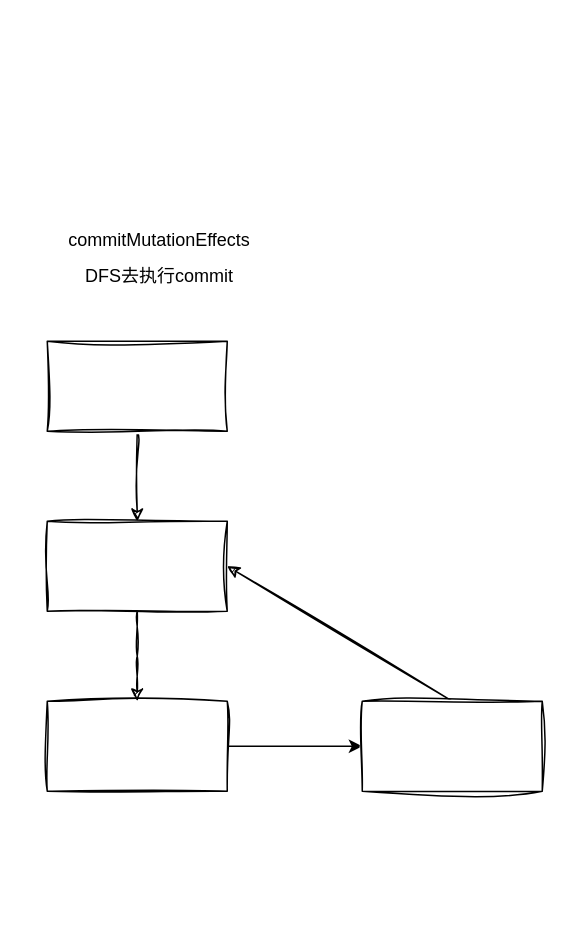
Above: 未命名绘图.drawio in StoryKing123/draw-io (draw.io), before the change. Source tidied: cells renumbered, new cells numbered last; positions are measured from the earlier drawing's top-left corner, leaving out a move shared by most shapes. Both pictures are drawn from the tidied source at 150%, with x=0, y=0 at pixel (46, 206).
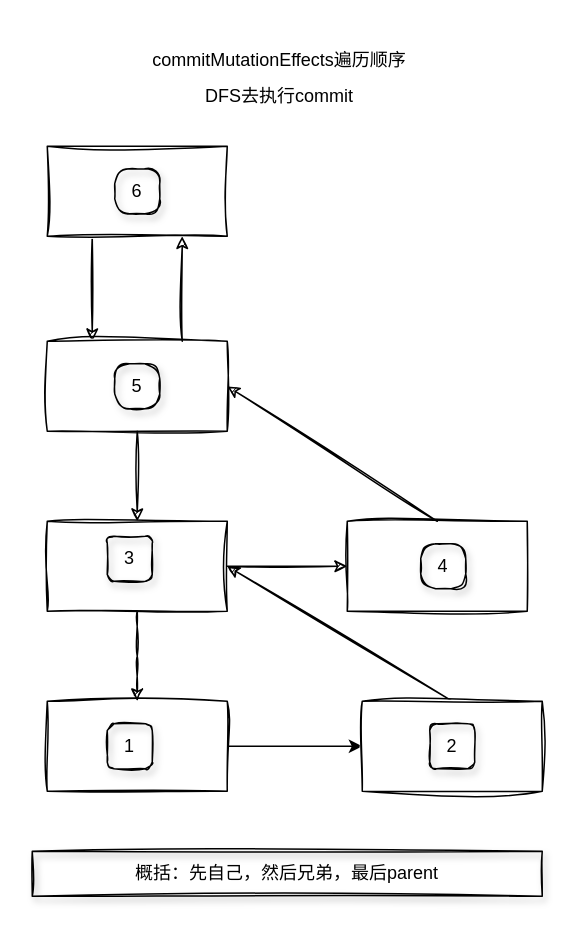
The same diagram, later.

Commit message:
更新未命名绘图.drawio

The change refers to these unchanged cells:
```xml
<mxCell id="5" style="rounded=0;whiteSpace=wrap;html=1;sketch=1;curveFitting=1;jiggle=2;" parent="1" vertex="1">
  <mxGeometry y="210" width="120" height="60" as="geometry" />
</mxCell>
```

The edit, as a diff of the source:
```diff
@@
-    <mxCell id="2" style="edgeStyle=orthogonalEdgeStyle;rounded=0;jettySize=auto;html=1;sketch=1;curveFitting=1;jiggle=2;" parent="1" edge="1" source="3" target="5">
-      <mxGeometry relative="1" as="geometry" />
-    </mxCell>
+    <mxCell id="11" style="edgeStyle=none;rounded=0;sketch=1;jettySize=auto;html=1;fontColor=none;entryX=0.25;entryY=0;entryDx=0;entryDy=0;" parent="1" edge="1" target="18">
+      <mxGeometry relative="1" as="geometry">
+        <mxPoint x="30" y="20" as="sourcePoint" />
+      </mxGeometry>
+    </mxCell>
     <mxCell id="3" style="rounded=0;whiteSpace=wrap;html=1;sketch=1;curveFitting=1;jiggle=2;" parent="1" vertex="1">
-      <mxGeometry y="90" width="120" height="60" as="geometry" />
+      <mxGeometry y="-40" width="120" height="60" as="geometry" />
     </mxCell>
@@
+    <mxCell id="12" style="edgeStyle=orthogonalEdgeStyle;rounded=0;sketch=1;jettySize=auto;html=1;fontColor=none;" parent="1" edge="1" source="5" target="20">
+      <mxGeometry relative="1" as="geometry" />
+    </mxCell>
@@
-    <mxCell id="10" value="&lt;div class=&quot;lake-content&quot;&gt;&lt;p style=&quot;margin: 0; padding: 0; min-height: 24px&quot; class=&quot;ne-p&quot; id=&quot;ue68f30f5&quot;&gt;commitMutationEffects&lt;/p&gt;&lt;/div&gt;DFS去执行commit" style="text;html=1;strokeColor=none;fillColor=none;align=center;verticalAlign=middle;whiteSpace=wrap;rounded=0;" parent="1" vertex="1">
-      <mxGeometry width="150" height="70" as="geometry" />
+    <mxCell id="10" value="&lt;div class=&quot;lake-content&quot;&gt;&lt;p style=&quot;margin: 0; padding: 0; min-height: 24px&quot; class=&quot;ne-p&quot; id=&quot;ue68f30f5&quot;&gt;commitMutationEffects遍历顺序&lt;/p&gt;&lt;/div&gt;DFS去执行commit" style="text;html=1;strokeColor=none;fillColor=none;align=center;verticalAlign=middle;whiteSpace=wrap;rounded=0;" parent="1" vertex="1">
+      <mxGeometry y="-120" width="310" height="70" as="geometry" />
     </mxCell>
+    <mxCell id="13" value="概括：先自己，然后兄弟，最后parent" style="text;html=1;strokeColor=default;fillColor=none;align=center;verticalAlign=middle;whiteSpace=wrap;rounded=0;glass=0;sketch=1;shadow=1;" parent="1" vertex="1">
+      <mxGeometry x="-10" y="430" width="340" height="30" as="geometry" />
+    </mxCell>
+    <mxCell id="14" value="1" style="text;html=1;strokeColor=default;fillColor=none;align=center;verticalAlign=middle;whiteSpace=wrap;rounded=1;shadow=1;glass=0;sketch=1;strokeWidth=1;perimeterSpacing=60;rotation=0;" parent="1" vertex="1">
+      <mxGeometry x="40" y="345" width="30" height="30" as="geometry" />
+    </mxCell>
+    <mxCell id="15" value="2" style="text;html=1;strokeColor=default;fillColor=none;align=center;verticalAlign=middle;whiteSpace=wrap;rounded=1;shadow=1;glass=0;sketch=1;strokeWidth=1;perimeterSpacing=60;rotation=0;" parent="1" vertex="1">
+      <mxGeometry x="255" y="345" width="30" height="30" as="geometry" />
+    </mxCell>
+    <mxCell id="16" value="3" style="text;html=1;strokeColor=default;fillColor=none;align=center;verticalAlign=middle;whiteSpace=wrap;rounded=1;shadow=1;glass=0;sketch=1;strokeWidth=1;perimeterSpacing=60;rotation=0;" parent="1" vertex="1">
+      <mxGeometry x="40" y="220" width="30" height="30" as="geometry" />
+    </mxCell>
+    <mxCell id="17" style="edgeStyle=orthogonalEdgeStyle;rounded=0;sketch=1;jettySize=auto;html=1;entryX=0.5;entryY=0;entryDx=0;entryDy=0;fontColor=none;" parent="1" edge="1" source="18" target="5">
+      <mxGeometry relative="1" as="geometry" />
+    </mxCell>
+    <mxCell id="18" style="rounded=0;whiteSpace=wrap;html=1;sketch=1;curveFitting=1;jiggle=2;" parent="1" vertex="1">
+      <mxGeometry y="90" width="120" height="60" as="geometry" />
+    </mxCell>
+    <mxCell id="19" style="rounded=0;sketch=1;jettySize=auto;html=1;entryX=1;entryY=0.5;entryDx=0;entryDy=0;fontColor=none;exitX=0.5;exitY=0;exitDx=0;exitDy=0;" parent="1" edge="1" source="20" target="18">
+      <mxGeometry relative="1" as="geometry" />
+    </mxCell>
+    <mxCell id="20" style="rounded=0;whiteSpace=wrap;html=1;sketch=1;curveFitting=1;jiggle=2;" parent="1" vertex="1">
+      <mxGeometry x="200" y="210" width="120" height="60" as="geometry" />
+    </mxCell>
+    <mxCell id="21" value="4" style="text;html=1;strokeColor=default;fillColor=none;align=center;verticalAlign=middle;whiteSpace=wrap;rounded=1;shadow=1;glass=0;sketch=1;strokeWidth=1;perimeterSpacing=60;rotation=0;arcSize=33;" parent="1" vertex="1">
+      <mxGeometry x="249" y="225" width="30" height="30" as="geometry" />
+    </mxCell>
+    <mxCell id="22" value="5" style="text;html=1;strokeColor=default;fillColor=none;align=center;verticalAlign=middle;whiteSpace=wrap;rounded=1;shadow=1;glass=0;sketch=1;strokeWidth=1;perimeterSpacing=60;rotation=0;arcSize=33;" parent="1" vertex="1">
+      <mxGeometry x="45" y="105" width="30" height="30" as="geometry" />
+    </mxCell>
+    <mxCell id="23" style="edgeStyle=none;rounded=0;sketch=1;jettySize=auto;html=1;fontColor=none;entryX=0.75;entryY=1;entryDx=0;entryDy=0;exitX=0.75;exitY=0;exitDx=0;exitDy=0;" parent="1" edge="1" source="18" target="3">
+      <mxGeometry relative="1" as="geometry" />
+    </mxCell>
+    <mxCell id="24" value="6" style="text;html=1;strokeColor=default;fillColor=none;align=center;verticalAlign=middle;whiteSpace=wrap;rounded=1;shadow=1;glass=0;sketch=1;strokeWidth=1;perimeterSpacing=60;rotation=0;arcSize=33;" parent="1" vertex="1">
+      <mxGeometry x="45" y="-25" width="30" height="30" as="geometry" />
+    </mxCell>
```
